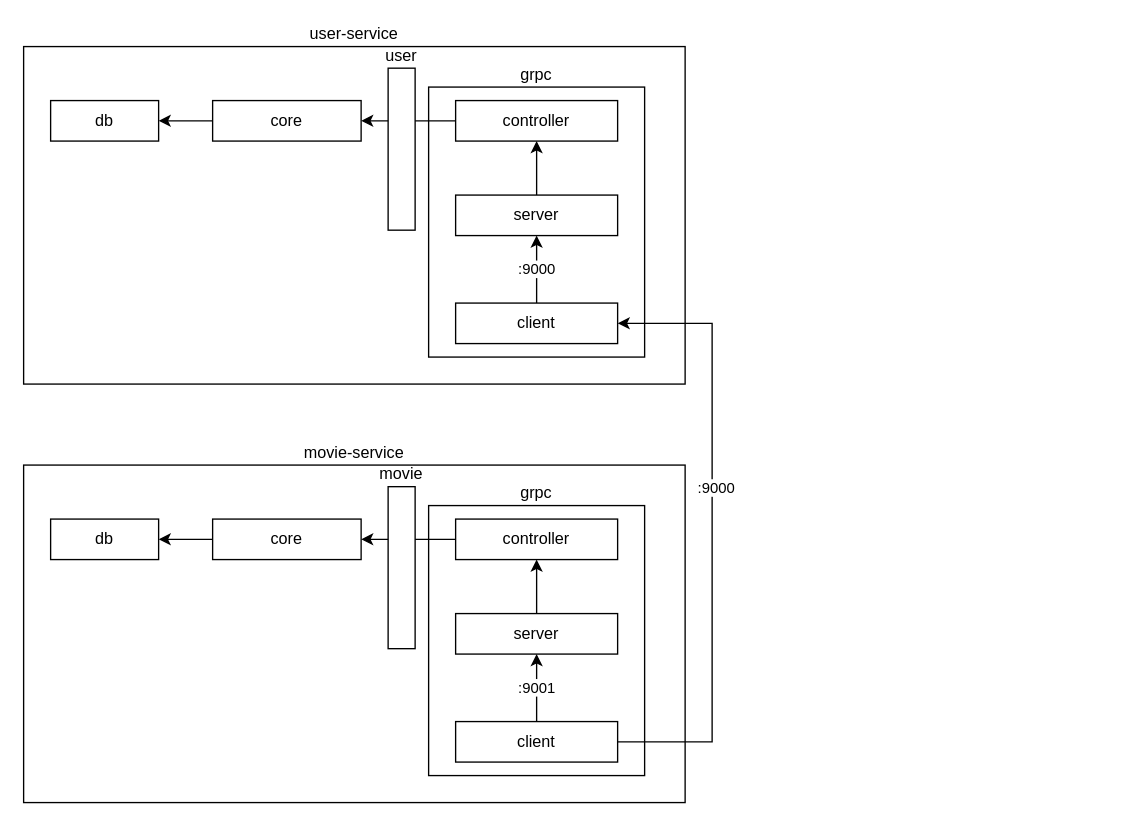
petersantoso94/golang-microservices keeps this draw.io diagram as structure.drawio. Above is the earlier version. Source tidied: cells renumbered, new cells numbered last; positions are measured from the earlier drawing's top-left corner, leaving out a move shared by most shapes. Both pictures are drawn from the tidied source at 135%, with x=0, y=0 at pixel (23, 46).
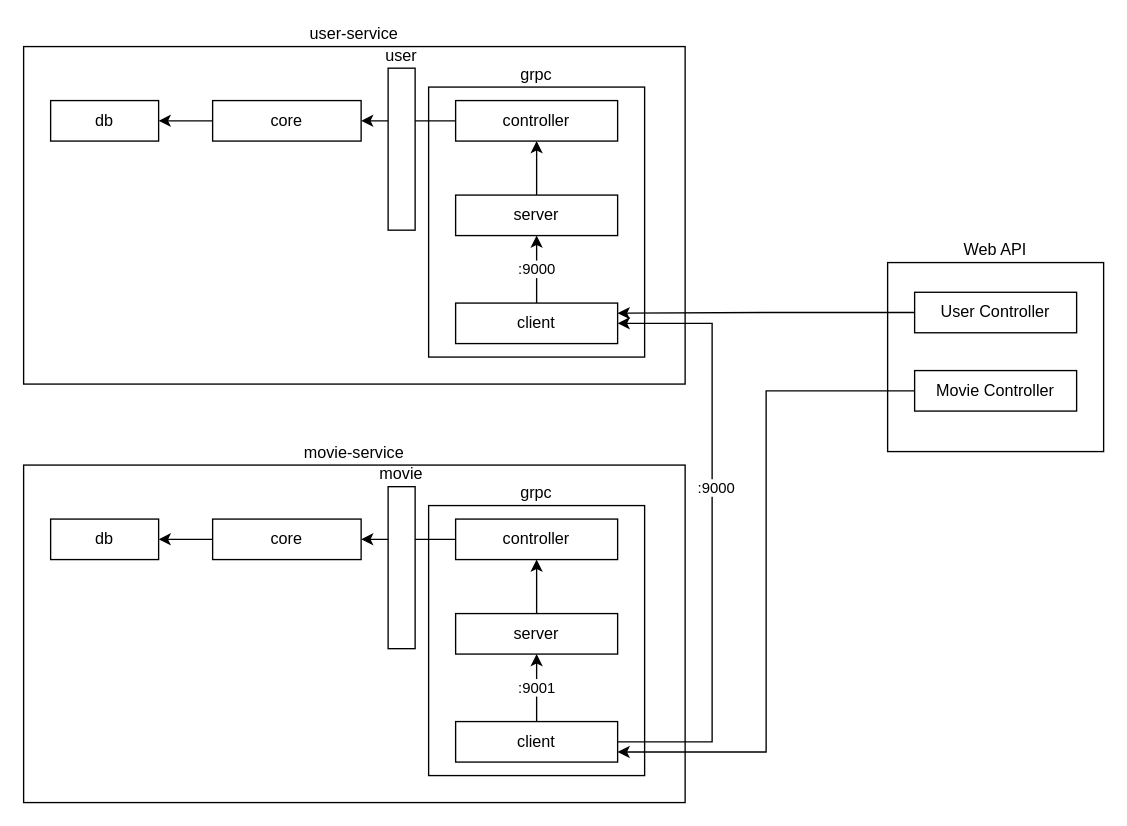
Above is the later version.

Commit message (it also covers changes not shown here):
Updating web-api diagram

Unchanged cells that the change refers to:
```xml
<mxCell id="10" value="client" style="rounded=0;whiteSpace=wrap;html=1;" parent="1" vertex="1">
  <mxGeometry x="320" y="190" width="120" height="30" as="geometry" />
</mxCell>
<mxCell id="24" value="client" style="rounded=0;whiteSpace=wrap;html=1;" parent="1" vertex="1">
  <mxGeometry x="320" y="500" width="120" height="30" as="geometry" />
</mxCell>
```

Diff of the diagram source:
```diff
@@
+    <mxCell id="28" value="Web API" style="rounded=0;whiteSpace=wrap;html=1;labelPosition=center;verticalLabelPosition=top;align=center;verticalAlign=bottom;" parent="1" vertex="1">
+      <mxGeometry x="640" y="160" width="160" height="140" as="geometry" />
+    </mxCell>
+    <mxCell id="29" style="edgeStyle=orthogonalEdgeStyle;rounded=0;jettySize=auto;html=1;entryX=1;entryY=0.75;entryDx=0;entryDy=0;" parent="1" edge="1" source="30" target="24">
+      <mxGeometry relative="1" as="geometry" />
+    </mxCell>
+    <mxCell id="30" value="Movie Controller" style="rounded=0;whiteSpace=wrap;html=1;" parent="1" vertex="1">
+      <mxGeometry x="660" y="240" width="120" height="30" as="geometry" />
+    </mxCell>
+    <mxCell id="31" style="edgeStyle=orthogonalEdgeStyle;rounded=0;jettySize=auto;html=1;entryX=1;entryY=0.25;entryDx=0;entryDy=0;" parent="1" edge="1" source="32" target="10">
+      <mxGeometry relative="1" as="geometry" />
+    </mxCell>
+    <mxCell id="32" value="User Controller" style="rounded=0;whiteSpace=wrap;html=1;" parent="1" vertex="1">
+      <mxGeometry x="660" y="182" width="120" height="30" as="geometry" />
+    </mxCell>
```
